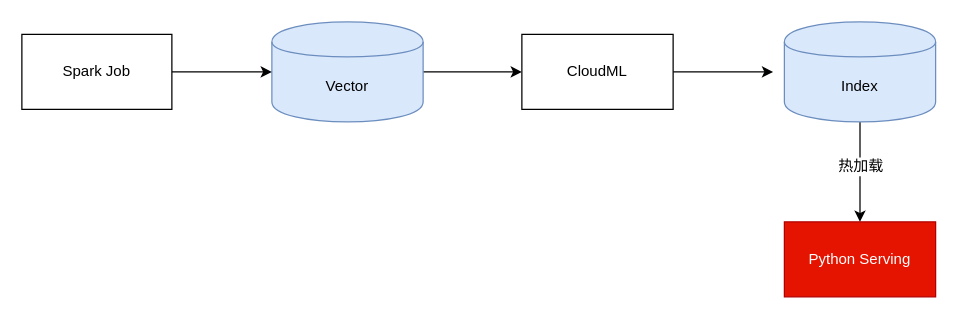
Jie-Yuan/0_Data keeps this draw.io diagram as ANN.drawio. Above is the earlier version. Source tidied: cells renumbered, new cells numbered last; positions are measured from the earlier drawing's top-left corner, leaving out a move shared by most shapes. Both pictures are drawn from the tidied source at 125%, with x=0, y=0 at pixel (21, 21).
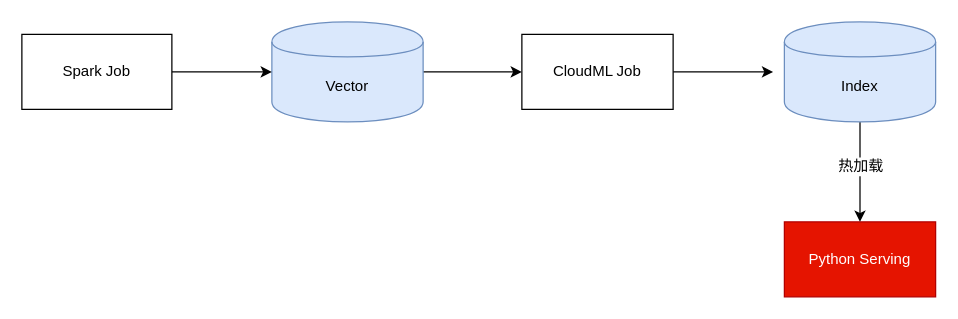
The same page after the edit.

Change to the diagram source:
```diff
@@
 <mxGraphModel>
   <root>
     <mxCell id="0" />
     <mxCell id="1" parent="0" />
     <mxCell id="2" style="edgeStyle=orthogonalEdgeStyle;rounded=0;jettySize=auto;html=1;" parent="1" edge="1" source="3">
       <mxGeometry relative="1" as="geometry">
         <mxPoint x="400" y="40" as="targetPoint" />
       </mxGeometry>
     </mxCell>
     <mxCell id="3" value="Vector" style="shape=cylinder;whiteSpace=wrap;html=1;boundedLbl=1;backgroundOutline=1;fillColor=#dae8fc;strokeColor=#6c8ebf;" parent="1" vertex="1">
       <mxGeometry x="200" width="121" height="80" as="geometry" />
     </mxCell>
     <mxCell id="4" style="edgeStyle=orthogonalEdgeStyle;rounded=0;jettySize=auto;html=1;" parent="1" edge="1" source="5">
       <mxGeometry relative="1" as="geometry">
         <mxPoint x="601" y="40" as="targetPoint" />
       </mxGeometry>
     </mxCell>
-    <mxCell id="5" value="CloudML" style="rounded=0;whiteSpace=wrap;html=1;" parent="1" vertex="1">
+    <mxCell id="5" value="CloudML Job" style="rounded=0;whiteSpace=wrap;html=1;" parent="1" vertex="1">
       <mxGeometry x="400" y="10" width="121" height="60" as="geometry" />
     </mxCell>
     <mxCell id="6" value="Python Serving" style="rounded=0;whiteSpace=wrap;html=1;fillColor=#e51400;strokeColor=#B20000;fontColor=#ffffff;" parent="1" vertex="1">
       <mxGeometry x="610" y="160" width="121" height="60" as="geometry" />
     </mxCell>
     <mxCell id="7" style="edgeStyle=orthogonalEdgeStyle;rounded=0;jettySize=auto;html=1;exitX=1;exitY=0.5;exitDx=0;exitDy=0;entryX=0;entryY=0.5;entryDx=0;entryDy=0;" parent="1" edge="1" source="8" target="3">
       <mxGeometry relative="1" as="geometry" />
     </mxCell>
     <mxCell id="8" value="Spark Job" style="rounded=0;whiteSpace=wrap;html=1;" parent="1" vertex="1">
       <mxGeometry y="10" width="120" height="60" as="geometry" />
     </mxCell>
     <mxCell id="9" style="edgeStyle=orthogonalEdgeStyle;rounded=0;jettySize=auto;html=1;" parent="1" edge="1" source="11">
       <mxGeometry relative="1" as="geometry">
         <mxPoint x="670.5" y="160" as="targetPoint" />
       </mxGeometry>
     </mxCell>
     <mxCell id="10" value="热加载" style="text;html=1;align=center;verticalAlign=middle;labelBackgroundColor=#ffffff;" parent="9" vertex="1">
       <mxGeometry x="-0.12" relative="1" as="geometry" />
     </mxCell>
     <mxCell id="11" value="Index" style="shape=cylinder;whiteSpace=wrap;html=1;boundedLbl=1;backgroundOutline=1;fillColor=#dae8fc;strokeColor=#6c8ebf;" parent="1" vertex="1">
       <mxGeometry x="610" width="121" height="80" as="geometry" />
     </mxCell>
   </root>
 </mxGraphModel>
```
